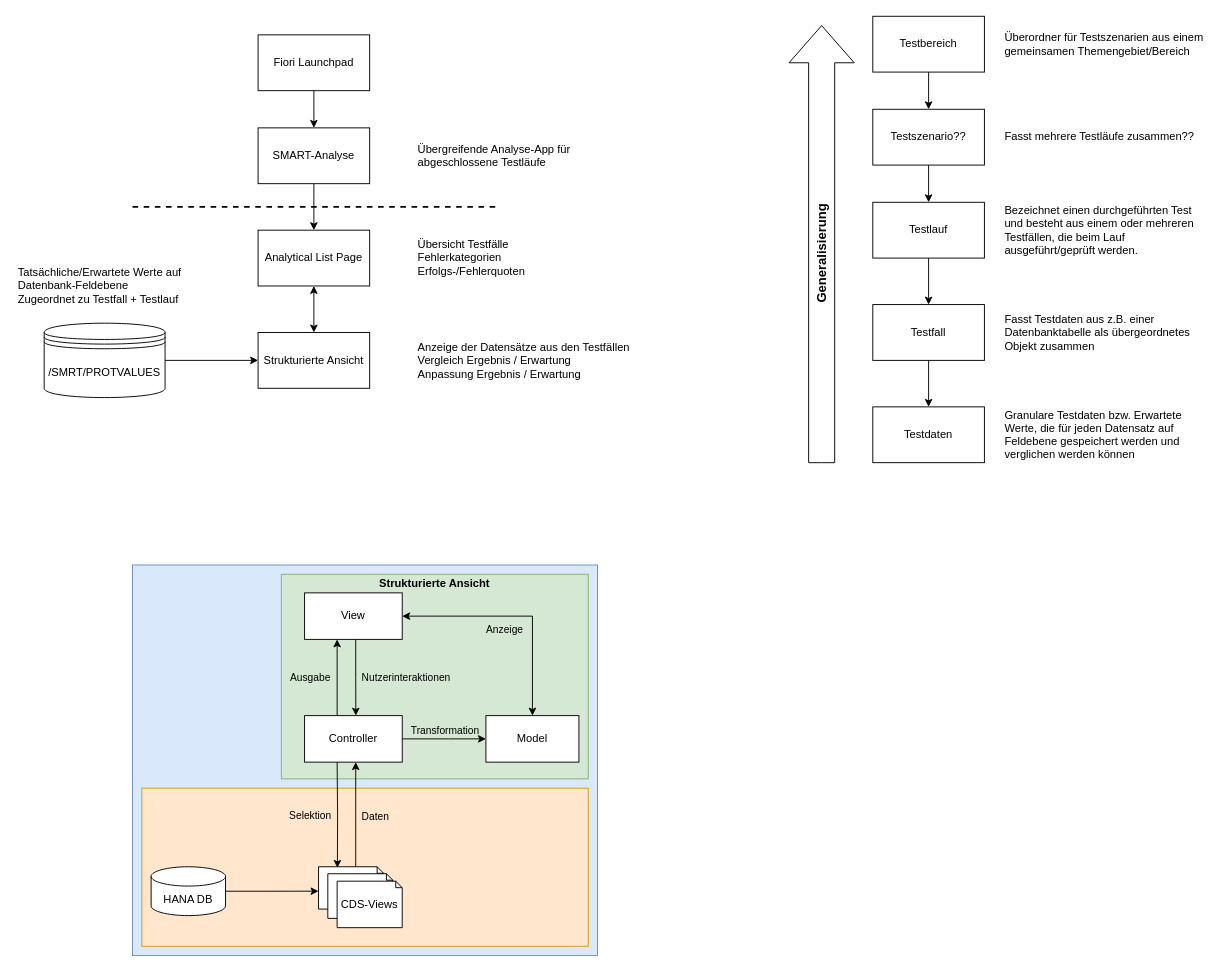
Above: Strukturierte Ansicht Komponentenübersicht.drawio in Raaphaaa/UI5-Playground (draw.io), before the change. Source tidied: cells renumbered, new cells numbered last; positions are measured from the earlier drawing's top-left corner, leaving out a move shared by most shapes. Both pictures are drawn from the tidied source at 93%, with x=0, y=0 at pixel (15, 16).
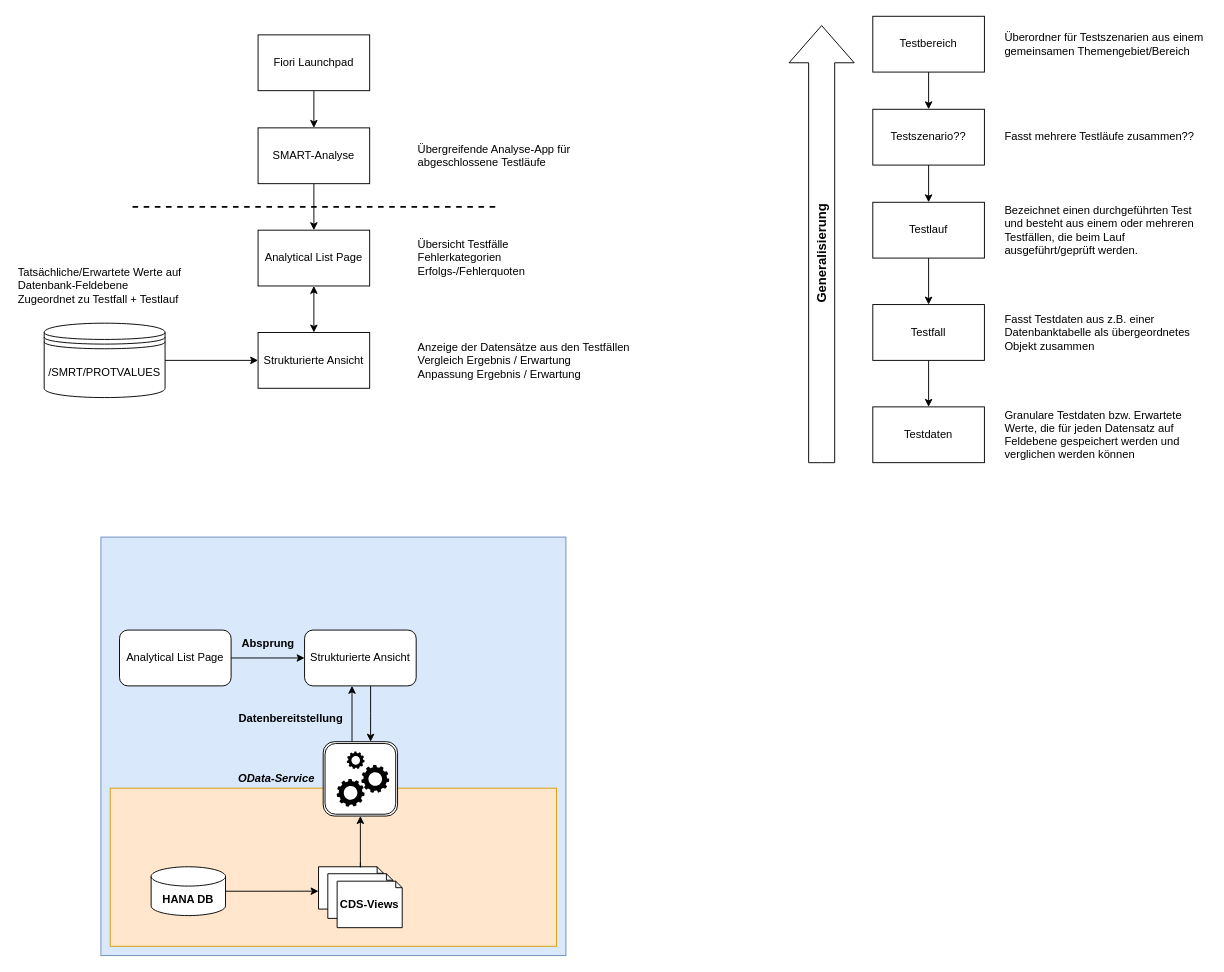
The same page after the edit.

The change refers to these unchanged cells:
```xml
<mxCell id="50" style="group;" parent="1" vertex="1">
  <mxGeometry x="326" y="914.5" width="90" height="65.5" as="geometry" />
</mxCell>
<mxCell id="51" style="shape=note;whiteSpace=wrap;html=1;backgroundOutline=1;darkOpacity=0.05;size=7;labelBackgroundColor=none;" parent="50" vertex="1">
  <mxGeometry width="70" height="45.5" as="geometry" />
</mxCell>
```

What changed in the source:
```diff
@@
     <mxCell id="32" style="rounded=0;whiteSpace=wrap;html=1;fillColor=#dae8fc;strokeColor=#6c8ebf;" parent="1" vertex="1">
-      <mxGeometry x="126" y="590" width="500" height="420" as="geometry" />
+      <mxGeometry x="92" y="560" width="500" height="450" as="geometry" />
     </mxCell>
     <mxCell id="33" style="rounded=0;whiteSpace=wrap;html=1;fillColor=#ffe6cc;strokeColor=#d79b00;" parent="1" vertex="1">
-      <mxGeometry x="136" y="830" width="480" height="170" as="geometry" />
+      <mxGeometry x="102" y="830" width="480" height="170" as="geometry" />
     </mxCell>
-    <mxCell id="34" style="rounded=0;whiteSpace=wrap;html=1;fillColor=#d5e8d4;strokeColor=#82b366;labelPosition=center;verticalLabelPosition=top;align=center;verticalAlign=bottom;" parent="1" vertex="1">
-      <mxGeometry x="286" y="600" width="330" height="220" as="geometry" />
-    </mxCell>
-    <mxCell id="35" value="HANA DB" style="shape=cylinder3;whiteSpace=wrap;html=1;boundedLbl=1;backgroundOutline=1;size=10.388990614148952;" parent="1" vertex="1">
+    <mxCell id="35" value="&lt;b&gt;HANA DB&lt;/b&gt;" style="shape=cylinder3;whiteSpace=wrap;html=1;boundedLbl=1;backgroundOutline=1;size=10.388990614148952;" parent="1" vertex="1">
       <mxGeometry x="146" y="914.5" width="80" height="52.5" as="geometry" />
     </mxCell>
-    <mxCell id="36" style="edgeStyle=orthogonalEdgeStyle;rounded=0;jettySize=auto;html=1;labelBackgroundColor=none;" parent="1" edge="1" source="40" target="45">
-      <mxGeometry relative="1" as="geometry">
-        <Array as="points">
-          <mxPoint x="466" y="777" />
-          <mxPoint x="466" y="777" />
-        </Array>
-      </mxGeometry>
-    </mxCell>
-    <mxCell id="37" value="Transformation" style="edgeLabel;html=1;align=center;verticalAlign=middle;labelBackgroundColor=none;" parent="36" vertex="1">
-      <mxGeometry x="0.1" y="1" relative="1" as="geometry">
-        <mxPoint x="-5" y="-9" as="offset" />
-      </mxGeometry>
-    </mxCell>
-    <mxCell id="38" style="edgeStyle=orthogonalEdgeStyle;rounded=0;jettySize=auto;html=1;labelBackgroundColor=none;" parent="1" edge="1" source="40" target="48">
-      <mxGeometry relative="1" as="geometry">
-        <Array as="points">
-          <mxPoint x="346" y="680" />
-          <mxPoint x="346" y="680" />
-        </Array>
-      </mxGeometry>
-    </mxCell>
-    <mxCell id="39" value="Ausgabe" style="edgeLabel;html=1;align=center;verticalAlign=middle;labelBackgroundColor=none;" parent="38" vertex="1">
-      <mxGeometry x="-0.41" y="1" relative="1" as="geometry">
-        <mxPoint x="-29" y="-18" as="offset" />
-      </mxGeometry>
-    </mxCell>
-    <mxCell id="40" value="Controller" style="rounded=0;whiteSpace=wrap;html=1;labelBackgroundColor=none;" parent="1" vertex="1">
-      <mxGeometry x="311" y="752" width="105" height="50" as="geometry" />
-    </mxCell>
-    <mxCell id="41" style="edgeStyle=orthogonalEdgeStyle;rounded=0;jettySize=auto;html=1;entryX=0.29;entryY=0.027;entryDx=0;entryDy=0;entryPerimeter=0;labelBackgroundColor=none;" parent="1" edge="1" target="51">
-      <mxGeometry relative="1" as="geometry">
-        <mxPoint x="346" y="802" as="sourcePoint" />
-      </mxGeometry>
-    </mxCell>
-    <mxCell id="42" value="Selektion" style="edgeLabel;html=1;align=center;verticalAlign=middle;labelBackgroundColor=none;" parent="41" vertex="1">
-      <mxGeometry x="0.12" y="-1" relative="1" as="geometry">
-        <mxPoint x="-29" y="-6" as="offset" />
-      </mxGeometry>
-    </mxCell>
-    <mxCell id="43" style="edgeStyle=orthogonalEdgeStyle;rounded=0;jettySize=auto;html=1;labelBackgroundColor=none;" parent="1" edge="1" source="51" target="40">
-      <mxGeometry relative="1" as="geometry">
-        <Array as="points">
-          <mxPoint x="366" y="860" />
-          <mxPoint x="366" y="860" />
-        </Array>
-      </mxGeometry>
-    </mxCell>
-    <mxCell id="44" value="Daten" style="edgeLabel;html=1;align=center;verticalAlign=middle;labelBackgroundColor=none;" parent="43" vertex="1">
-      <mxGeometry x="0.1" y="1" relative="1" as="geometry">
-        <mxPoint x="21" y="8" as="offset" />
-      </mxGeometry>
-    </mxCell>
-    <mxCell id="45" value="Model" style="rounded=0;whiteSpace=wrap;html=1;labelBackgroundColor=none;" parent="1" vertex="1">
-      <mxGeometry x="506" y="752" width="100" height="50" as="geometry" />
-    </mxCell>
-    <mxCell id="46" style="edgeStyle=orthogonalEdgeStyle;rounded=0;jettySize=auto;html=1;entryX=0.525;entryY=0;entryDx=0;entryDy=0;entryPerimeter=0;labelBackgroundColor=none;" parent="1" edge="1" source="48" target="40">
-      <mxGeometry relative="1" as="geometry">
-        <Array as="points">
-          <mxPoint x="366" y="711" />
-          <mxPoint x="366" y="711" />
-        </Array>
-      </mxGeometry>
-    </mxCell>
-    <mxCell id="47" value="Nutzerinteraktionen" style="edgeLabel;html=1;align=center;verticalAlign=middle;labelBackgroundColor=none;" parent="46" vertex="1">
-      <mxGeometry x="-0.58" relative="1" as="geometry">
-        <mxPoint x="53" y="23" as="offset" />
-      </mxGeometry>
-    </mxCell>
-    <mxCell id="48" value="View" style="rounded=0;whiteSpace=wrap;html=1;labelBackgroundColor=none;" parent="1" vertex="1">
-      <mxGeometry x="311" y="620" width="105" height="50" as="geometry" />
-    </mxCell>
-    <mxCell id="49" value="Anzeige" style="edgeStyle=orthogonalEdgeStyle;rounded=0;jettySize=auto;html=1;startArrow=classic;startFill=1;exitX=1;exitY=0.5;exitDx=0;exitDy=0;labelBackgroundColor=none;" parent="1" edge="1" source="48" target="45">
-      <mxGeometry x="-0.11" y="-15" relative="1" as="geometry">
-        <Array as="points">
-          <mxPoint x="556" y="645" />
-        </Array>
-      </mxGeometry>
-    </mxCell>
@@
-    <mxCell id="53" value="CDS-Views" style="shape=note;whiteSpace=wrap;html=1;backgroundOutline=1;darkOpacity=0.05;size=7;" parent="50" vertex="1">
+    <mxCell id="53" value="&lt;b&gt;CDS-Views&lt;/b&gt;" style="shape=note;whiteSpace=wrap;html=1;backgroundOutline=1;darkOpacity=0.05;size=7;" parent="50" vertex="1">
       <mxGeometry x="20" y="15.5" width="70" height="50" as="geometry" />
     </mxCell>
@@
+    <mxCell id="56" style="edgeStyle=orthogonalEdgeStyle;rounded=0;jettySize=auto;html=1;" parent="1" edge="1" source="57" target="55">
+      <mxGeometry relative="1" as="geometry">
+        <Array as="points">
+          <mxPoint x="362" y="750" />
+          <mxPoint x="362" y="750" />
+        </Array>
+      </mxGeometry>
+    </mxCell>
+    <mxCell id="57" style="shape=ext;double=1;rounded=1;whiteSpace=wrap;html=1;" parent="1" vertex="1">
+      <mxGeometry x="331" y="780" width="80" height="80" as="geometry" />
+    </mxCell>
+    <mxCell id="58" style="sketch=0;html=1;strokeColor=none;shadow=0;fillColor=#000000;verticalAlign=top;labelPosition=center;verticalLabelPosition=bottom;shape=mxgraph.gcp2.gear;" parent="1" vertex="1">
+      <mxGeometry x="345.5" y="820" width="30" height="30" as="geometry" />
+    </mxCell>
+    <mxCell id="59" style="sketch=0;html=1;strokeColor=none;shadow=0;fillColor=#000000;verticalAlign=top;labelPosition=center;verticalLabelPosition=bottom;shape=mxgraph.gcp2.gear;" parent="1" vertex="1">
+      <mxGeometry x="372" y="805" width="30" height="30" as="geometry" />
+    </mxCell>
+    <mxCell id="60" style="sketch=0;html=1;strokeColor=none;shadow=0;fillColor=#000000;verticalAlign=top;labelPosition=center;verticalLabelPosition=bottom;shape=mxgraph.gcp2.gear;" parent="1" vertex="1">
+      <mxGeometry x="356.5" y="790.5" width="19" height="19" as="geometry" />
+    </mxCell>
+    <mxCell id="61" style="edgeStyle=orthogonalEdgeStyle;rounded=0;jettySize=auto;html=1;" parent="1" edge="1" target="57">
+      <mxGeometry relative="1" as="geometry">
+        <mxPoint x="371" y="910" as="sourcePoint" />
+        <Array as="points">
+          <mxPoint x="371" y="915" />
+        </Array>
+      </mxGeometry>
+    </mxCell>
+    <mxCell id="62" value="&lt;i&gt;OData-Service&lt;/i&gt;" style="text;html=1;whiteSpace=wrap;strokeColor=none;fillColor=none;align=center;verticalAlign=middle;rounded=0;fontSize=12;fontStyle=1;" parent="1" vertex="1">
+      <mxGeometry x="231" y="805" width="100" height="30" as="geometry" />
+    </mxCell>
+    <mxCell id="63" style="edgeStyle=orthogonalEdgeStyle;rounded=0;jettySize=auto;html=1;" parent="1" edge="1" source="64" target="55">
+      <mxGeometry relative="1" as="geometry" />
+    </mxCell>
+    <mxCell id="64" value="Analytical List Page" style="rounded=1;whiteSpace=wrap;html=1;" parent="1" vertex="1">
+      <mxGeometry x="112" y="660" width="120" height="60" as="geometry" />
+    </mxCell>
+    <mxCell id="65" style="edgeStyle=orthogonalEdgeStyle;rounded=0;jettySize=auto;html=1;" parent="1" edge="1" source="55" target="57">
+      <mxGeometry relative="1" as="geometry">
+        <Array as="points">
+          <mxPoint x="382" y="750" />
+          <mxPoint x="382" y="750" />
+        </Array>
+      </mxGeometry>
+    </mxCell>
-    <mxCell id="55" value="&lt;b&gt;Strukturierte Ansicht&lt;/b&gt;" style="text;html=1;whiteSpace=wrap;strokeColor=none;fillColor=none;align=center;verticalAlign=middle;rounded=0;" parent="1" vertex="1">
-      <mxGeometry x="386" y="600" width="130" height="20" as="geometry" />
+    <mxCell id="55" value="Strukturierte Ansicht" style="rounded=1;whiteSpace=wrap;html=1;" parent="1" vertex="1">
+      <mxGeometry x="311" y="660" width="120" height="60" as="geometry" />
     </mxCell>
+    <mxCell id="66" value="Datenbereitstellung" style="text;html=1;whiteSpace=wrap;strokeColor=none;fillColor=none;align=center;verticalAlign=middle;rounded=0;fontStyle=1;" parent="1" vertex="1">
+      <mxGeometry x="231" y="740" width="131" height="30" as="geometry" />
+    </mxCell>
+    <mxCell id="67" value="Absprung" style="text;html=1;whiteSpace=wrap;strokeColor=none;fillColor=none;align=center;verticalAlign=middle;rounded=0;fontStyle=1;" parent="1" vertex="1">
+      <mxGeometry x="242" y="660" width="60" height="30" as="geometry" />
+    </mxCell>
```
